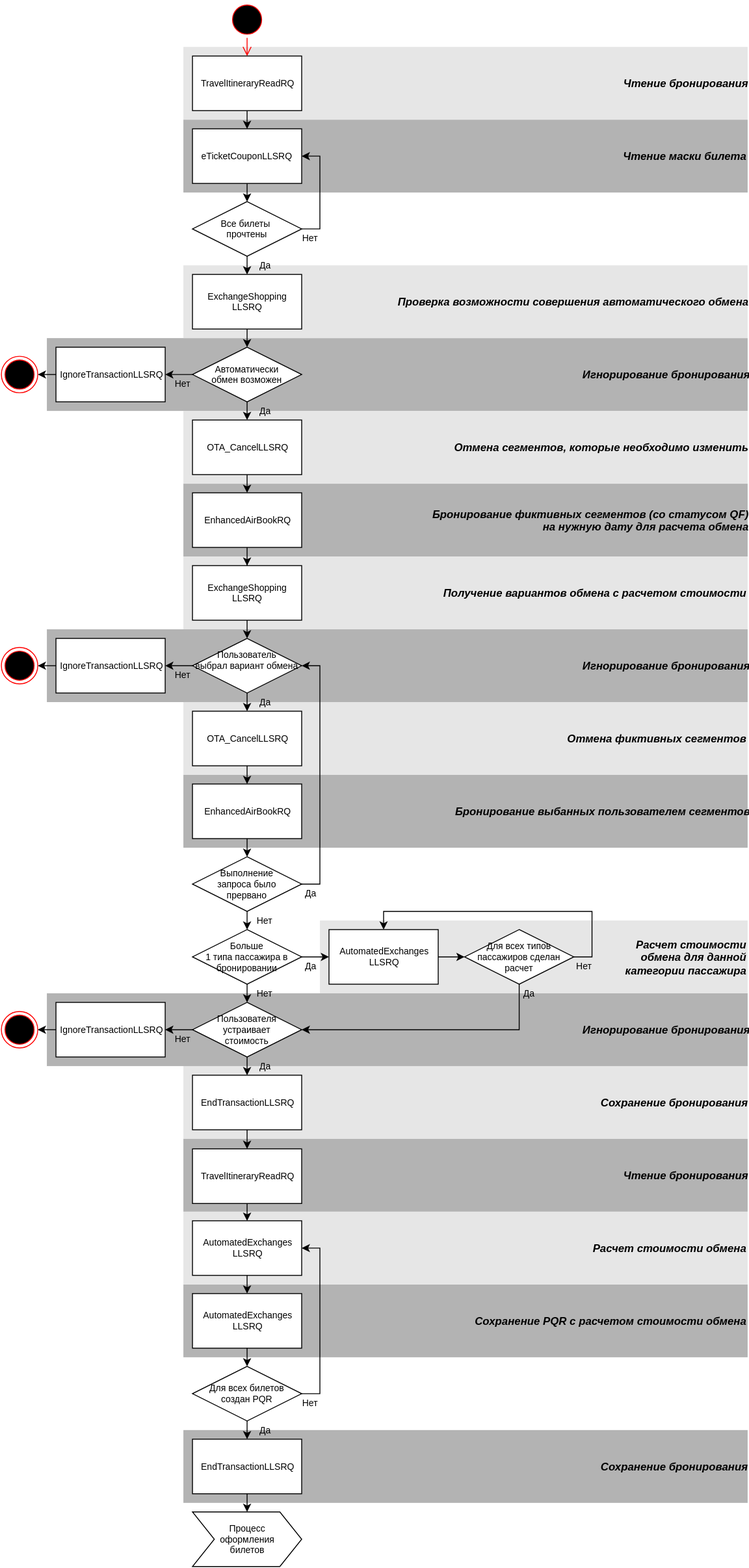
The draw.io diagram assets/svg/Exchange Tickets/[RU]Exchange Tickets-0.svg in andreypolyak/sabre-apis-ru, before a commit. Source tidied: cells renumbered, new cells last; positions are measured from the earlier drawing's top-left corner, leaving out a move shared by most shapes.
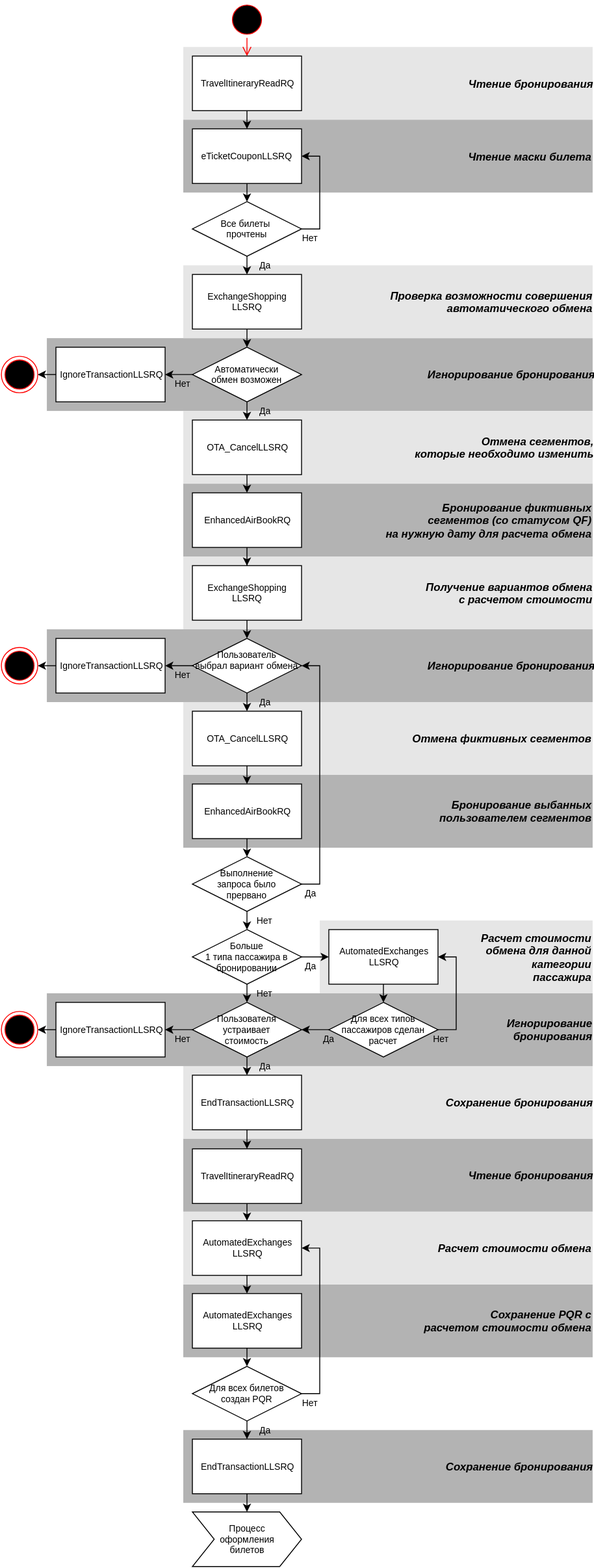
The same diagram one commit later.

The edit, as a diff of the source:
```diff
@@ -3,55 +3,55 @@
     <mxCell id="0" />
     <mxCell id="1" parent="0" />
     <mxCell id="2" value="&lt;div style=&quot;text-align: right&quot;&gt;&lt;span style=&quot;font-size: 12px ; line-height: 14.4px&quot;&gt;&lt;b&gt;&lt;i&gt;Игнорирование бронирования&lt;/i&gt;&lt;/b&gt;&lt;/span&gt;&lt;/div&gt;" style="whiteSpace=wrap;html=1;fillColor=#B3B3B3;fontSize=10;strokeColor=none;align=right;" parent="1" vertex="1">
-      <mxGeometry x="50" y="370" width="770" height="80" as="geometry" />
+      <mxGeometry x="50" y="370" width="600" height="80" as="geometry" />
     </mxCell>
-    <mxCell id="3" value="&lt;span style=&quot;font-size: 12px ; line-height: 14.4px&quot;&gt;&lt;b&gt;&lt;i&gt;Проверка возможности совершения автоматического обмена&lt;/i&gt;&lt;/b&gt;&lt;/span&gt;" style="whiteSpace=wrap;html=1;fillColor=#E6E6E6;fontSize=10;strokeColor=none;align=right;" parent="1" vertex="1">
-      <mxGeometry x="200" y="290" width="620" height="80" as="geometry" />
+    <mxCell id="3" value="&lt;span style=&quot;font-size: 12px ; line-height: 14.4px&quot;&gt;&lt;b&gt;&lt;i&gt;Проверка возможности совершения&lt;/i&gt;&lt;/b&gt;&lt;/span&gt;&lt;div&gt;&lt;span style=&quot;font-size: 12px ; line-height: 14.4px&quot;&gt;&lt;b&gt;&lt;i&gt;автоматического обмена&lt;/i&gt;&lt;/b&gt;&lt;/span&gt;&lt;/div&gt;" style="whiteSpace=wrap;html=1;fillColor=#E6E6E6;fontSize=10;strokeColor=none;align=right;" parent="1" vertex="1">
+      <mxGeometry x="200" y="290" width="450" height="80" as="geometry" />
     </mxCell>
-    <mxCell id="4" value="&lt;div style=&quot;text-align: right&quot;&gt;&lt;span style=&quot;font-size: 12px ; line-height: 14.4px&quot;&gt;&lt;b&gt;&lt;i&gt;Сохранение PQR с расчетом стоимости обмена&lt;/i&gt;&lt;/b&gt;&lt;/span&gt;&lt;/div&gt;" style="whiteSpace=wrap;html=1;fillColor=#B3B3B3;fontSize=10;strokeColor=none;align=right;" parent="1" vertex="1">
-      <mxGeometry x="200" y="1410" width="620" height="80" as="geometry" />
+    <mxCell id="4" value="&lt;div style=&quot;text-align: right&quot;&gt;&lt;span style=&quot;font-size: 12px ; line-height: 14.4px&quot;&gt;&lt;b&gt;&lt;i&gt;Сохранение PQR с&lt;/i&gt;&lt;/b&gt;&lt;/span&gt;&lt;/div&gt;&lt;div style=&quot;text-align: right&quot;&gt;&lt;span style=&quot;font-size: 12px ; line-height: 14.4px&quot;&gt;&lt;b&gt;&lt;i&gt;расчетом стоимости обмена&lt;/i&gt;&lt;/b&gt;&lt;/span&gt;&lt;/div&gt;" style="whiteSpace=wrap;html=1;fillColor=#B3B3B3;fontSize=10;strokeColor=none;align=right;" parent="1" vertex="1">
+      <mxGeometry x="200" y="1410" width="450" height="80" as="geometry" />
     </mxCell>
     <mxCell id="5" value="&lt;div style=&quot;text-align: right&quot;&gt;&lt;b&gt;&lt;i&gt;&lt;font style=&quot;font-size: 12px&quot;&gt;Сохранение бронирования&lt;/font&gt;&lt;/i&gt;&lt;/b&gt;&lt;br&gt;&lt;/div&gt;" style="whiteSpace=wrap;html=1;fillColor=#B3B3B3;fontSize=10;strokeColor=none;align=right;" parent="1" vertex="1">
-      <mxGeometry x="200" y="1570" width="620" height="80" as="geometry" />
+      <mxGeometry x="200" y="1570" width="450" height="80" as="geometry" />
     </mxCell>
     <mxCell id="6" value="&lt;div style=&quot;text-align: right&quot;&gt;&lt;span style=&quot;font-size: 12px ; line-height: 14.4px&quot;&gt;&lt;b&gt;&lt;i&gt;Сохранение бронирования&lt;/i&gt;&lt;/b&gt;&lt;/span&gt;&lt;/div&gt;" style="whiteSpace=wrap;html=1;fillColor=#E6E6E6;fontSize=10;strokeColor=none;align=right;" parent="1" vertex="1">
-      <mxGeometry x="200" y="1170" width="620" height="80" as="geometry" />
+      <mxGeometry x="200" y="1170" width="450" height="80" as="geometry" />
     </mxCell>
     <mxCell id="7" value="&lt;div style=&quot;text-align: right&quot;&gt;&lt;span style=&quot;font-size: 12px ; line-height: 14.4px&quot;&gt;&lt;b&gt;&lt;i&gt;Чтение бронирования&lt;/i&gt;&lt;/b&gt;&lt;/span&gt;&lt;/div&gt;" style="whiteSpace=wrap;html=1;fillColor=#B3B3B3;fontSize=10;strokeColor=none;align=right;" parent="1" vertex="1">
-      <mxGeometry x="200" y="1250" width="620" height="80" as="geometry" />
+      <mxGeometry x="200" y="1250" width="450" height="80" as="geometry" />
     </mxCell>
     <mxCell id="8" value="&lt;div style=&quot;text-align: right&quot;&gt;&lt;span style=&quot;font-size: 12px ; line-height: 14.4px&quot;&gt;&lt;b&gt;&lt;i&gt;Расчет стоимости обмена&lt;/i&gt;&lt;/b&gt;&lt;/span&gt;&lt;/div&gt;" style="whiteSpace=wrap;html=1;fillColor=#E6E6E6;fontSize=10;strokeColor=none;align=right;" parent="1" vertex="1">
-      <mxGeometry x="200" y="1330" width="620" height="80" as="geometry" />
+      <mxGeometry x="200" y="1330" width="450" height="80" as="geometry" />
     </mxCell>
-    <mxCell id="9" value="&lt;div style=&quot;text-align: right&quot;&gt;&lt;span style=&quot;font-size: 12px ; line-height: 14.4px&quot;&gt;&lt;b&gt;&lt;i&gt;Игнорирование бронирования&lt;/i&gt;&lt;/b&gt;&lt;/span&gt;&lt;/div&gt;" style="whiteSpace=wrap;html=1;fillColor=#B3B3B3;fontSize=10;strokeColor=none;align=right;" parent="1" vertex="1">
-      <mxGeometry x="50" y="1090" width="770" height="80" as="geometry" />
+    <mxCell id="9" value="&lt;div style=&quot;text-align: right&quot;&gt;&lt;span style=&quot;font-size: 12px ; line-height: 14.4px&quot;&gt;&lt;b&gt;&lt;i&gt;Игнорирование&lt;/i&gt;&lt;/b&gt;&lt;/span&gt;&lt;/div&gt;&lt;div style=&quot;text-align: right&quot;&gt;&lt;span style=&quot;font-size: 12px ; line-height: 14.4px&quot;&gt;&lt;b&gt;&lt;i&gt;бронирования&lt;/i&gt;&lt;/b&gt;&lt;/span&gt;&lt;/div&gt;" style="whiteSpace=wrap;html=1;fillColor=#B3B3B3;fontSize=10;strokeColor=none;align=right;" parent="1" vertex="1">
+      <mxGeometry x="50" y="1090" width="600" height="80" as="geometry" />
     </mxCell>
     <mxCell id="10" value="&lt;div style=&quot;text-align: right&quot;&gt;&lt;span style=&quot;font-size: 12px ; line-height: 14.4px&quot;&gt;&lt;b&gt;&lt;i&gt;Чтение бронирования&lt;/i&gt;&lt;/b&gt;&lt;/span&gt;&lt;/div&gt;" style="whiteSpace=wrap;html=1;fillColor=#E6E6E6;fontSize=10;strokeColor=none;align=right;" parent="1" vertex="1">
-      <mxGeometry x="200" y="50" width="620" height="80" as="geometry" />
+      <mxGeometry x="200" y="50" width="450" height="80" as="geometry" />
     </mxCell>
     <mxCell id="11" value="&lt;div style=&quot;text-align: right&quot;&gt;&lt;span style=&quot;font-size: 12px ; line-height: 14.4px&quot;&gt;&lt;b&gt;&lt;i&gt;Чтение маски билета&lt;/i&gt;&lt;/b&gt;&lt;/span&gt;&lt;/div&gt;" style="whiteSpace=wrap;html=1;fillColor=#B3B3B3;fontSize=10;strokeColor=none;align=right;" parent="1" vertex="1">
-      <mxGeometry x="200" y="130" width="620" height="80" as="geometry" />
+      <mxGeometry x="200" y="130" width="450" height="80" as="geometry" />
     </mxCell>
-    <mxCell id="12" value="&lt;div style=&quot;text-align: right&quot;&gt;&lt;span style=&quot;font-size: 12px ; line-height: 14.4px&quot;&gt;&lt;b&gt;&lt;i&gt;Отмена сегментов, которые необходимо изменить&lt;/i&gt;&lt;/b&gt;&lt;/span&gt;&lt;/div&gt;" style="whiteSpace=wrap;html=1;fillColor=#E6E6E6;fontSize=10;strokeColor=none;align=right;" parent="1" vertex="1">
-      <mxGeometry x="200" y="450" width="620" height="80" as="geometry" />
+    <mxCell id="12" value="&lt;div style=&quot;text-align: right&quot;&gt;&lt;span style=&quot;font-size: 12px ; line-height: 14.4px&quot;&gt;&lt;b&gt;&lt;i&gt;Отмена сегментов,&lt;/i&gt;&lt;/b&gt;&lt;/span&gt;&lt;/div&gt;&lt;div style=&quot;text-align: right&quot;&gt;&lt;span style=&quot;font-size: 12px ; line-height: 14.4px&quot;&gt;&lt;b&gt;&lt;i&gt;которые необходимо изменить&lt;/i&gt;&lt;/b&gt;&lt;/span&gt;&lt;/div&gt;" style="whiteSpace=wrap;html=1;fillColor=#E6E6E6;fontSize=10;strokeColor=none;align=right;" parent="1" vertex="1">
+      <mxGeometry x="200" y="450" width="450" height="80" as="geometry" />
     </mxCell>
-    <mxCell id="13" value="&lt;div style=&quot;text-align: right&quot;&gt;&lt;span style=&quot;font-size: 12px ; line-height: 14.4px&quot;&gt;&lt;b&gt;&lt;i&gt;Бронирование фиктивных сегментов (со статусом QF)&lt;/i&gt;&lt;/b&gt;&lt;/span&gt;&lt;/div&gt;&lt;div style=&quot;text-align: right&quot;&gt;&lt;span style=&quot;font-size: 12px ; line-height: 14.4px&quot;&gt;&lt;b&gt;&lt;i&gt;на нужную дату для расчета обмена&lt;/i&gt;&lt;/b&gt;&lt;/span&gt;&lt;/div&gt;" style="whiteSpace=wrap;html=1;fillColor=#B3B3B3;fontSize=10;strokeColor=none;align=right;" parent="1" vertex="1">
-      <mxGeometry x="200" y="530" width="620" height="80" as="geometry" />
+    <mxCell id="13" value="&lt;div style=&quot;text-align: right&quot;&gt;&lt;span style=&quot;font-size: 12px ; line-height: 14.4px&quot;&gt;&lt;b&gt;&lt;i&gt;Бронирование фиктивных&lt;/i&gt;&lt;/b&gt;&lt;/span&gt;&lt;/div&gt;&lt;div style=&quot;text-align: right&quot;&gt;&lt;span style=&quot;font-size: 12px ; line-height: 14.4px&quot;&gt;&lt;b&gt;&lt;i&gt;сегментов (со статусом QF)&lt;/i&gt;&lt;/b&gt;&lt;/span&gt;&lt;/div&gt;&lt;div style=&quot;text-align: right&quot;&gt;&lt;span style=&quot;font-size: 12px ; line-height: 14.4px&quot;&gt;&lt;b&gt;&lt;i&gt;на нужную дату для расчета обмена&lt;/i&gt;&lt;/b&gt;&lt;/span&gt;&lt;/div&gt;" style="whiteSpace=wrap;html=1;fillColor=#B3B3B3;fontSize=10;strokeColor=none;align=right;" parent="1" vertex="1">
+      <mxGeometry x="200" y="530" width="450" height="80" as="geometry" />
     </mxCell>
-    <mxCell id="14" value="&lt;div style=&quot;text-align: right&quot;&gt;&lt;span style=&quot;font-size: 12px ; line-height: 14.4px&quot;&gt;&lt;b&gt;&lt;i&gt;Получение вариантов обмена с расчетом стоимости&lt;/i&gt;&lt;/b&gt;&lt;/span&gt;&lt;/div&gt;" style="whiteSpace=wrap;html=1;fillColor=#E6E6E6;fontSize=10;strokeColor=none;align=right;" parent="1" vertex="1">
-      <mxGeometry x="200" y="610" width="620" height="80" as="geometry" />
+    <mxCell id="14" value="&lt;div style=&quot;text-align: right&quot;&gt;&lt;span style=&quot;font-size: 12px ; line-height: 14.4px&quot;&gt;&lt;b&gt;&lt;i&gt;Получение вариантов обмена&lt;/i&gt;&lt;/b&gt;&lt;/span&gt;&lt;/div&gt;&lt;div style=&quot;text-align: right&quot;&gt;&lt;span style=&quot;font-size: 12px ; line-height: 14.4px&quot;&gt;&lt;b&gt;&lt;i&gt;с расчетом стоимости&lt;/i&gt;&lt;/b&gt;&lt;/span&gt;&lt;/div&gt;" style="whiteSpace=wrap;html=1;fillColor=#E6E6E6;fontSize=10;strokeColor=none;align=right;" parent="1" vertex="1">
+      <mxGeometry x="200" y="610" width="450" height="80" as="geometry" />
     </mxCell>
     <mxCell id="15" value="&lt;div style=&quot;text-align: right&quot;&gt;&lt;span style=&quot;font-size: 12px ; line-height: 14.4px&quot;&gt;&lt;b&gt;&lt;i&gt;Игнорирование бронирования&lt;/i&gt;&lt;/b&gt;&lt;/span&gt;&lt;/div&gt;" style="whiteSpace=wrap;html=1;fillColor=#B3B3B3;fontSize=10;strokeColor=none;align=right;" parent="1" vertex="1">
-      <mxGeometry x="50" y="690" width="770" height="80" as="geometry" />
+      <mxGeometry x="50" y="690" width="600" height="80" as="geometry" />
     </mxCell>
     <mxCell id="16" value="&lt;div style=&quot;text-align: right&quot;&gt;&lt;span style=&quot;font-size: 12px ; line-height: 14.4px&quot;&gt;&lt;b&gt;&lt;i&gt;Отмена фиктивных сегментов&lt;/i&gt;&lt;/b&gt;&lt;/span&gt;&lt;/div&gt;" style="whiteSpace=wrap;html=1;fillColor=#E6E6E6;fontSize=10;strokeColor=none;align=right;" parent="1" vertex="1">
-      <mxGeometry x="200" y="770" width="620" height="80" as="geometry" />
+      <mxGeometry x="200" y="770" width="450" height="80" as="geometry" />
     </mxCell>
-    <mxCell id="17" value="&lt;div style=&quot;text-align: right&quot;&gt;&lt;span style=&quot;font-size: 12px ; line-height: 14.4px&quot;&gt;&lt;b&gt;&lt;i&gt;Бронирование выбанных пользователем сегментов&lt;/i&gt;&lt;/b&gt;&lt;/span&gt;&lt;/div&gt;" style="whiteSpace=wrap;html=1;fillColor=#B3B3B3;fontSize=10;strokeColor=none;align=right;" parent="1" vertex="1">
-      <mxGeometry x="200" y="850" width="620" height="80" as="geometry" />
+    <mxCell id="17" value="&lt;div style=&quot;text-align: right&quot;&gt;&lt;span style=&quot;font-size: 12px ; line-height: 14.4px&quot;&gt;&lt;b&gt;&lt;i&gt;Бронирование выбанных&lt;/i&gt;&lt;/b&gt;&lt;/span&gt;&lt;/div&gt;&lt;div style=&quot;text-align: right&quot;&gt;&lt;span style=&quot;font-size: 12px ; line-height: 14.4px&quot;&gt;&lt;b&gt;&lt;i&gt;пользователем сегментов&lt;/i&gt;&lt;/b&gt;&lt;/span&gt;&lt;/div&gt;" style="whiteSpace=wrap;html=1;fillColor=#B3B3B3;fontSize=10;strokeColor=none;align=right;" parent="1" vertex="1">
+      <mxGeometry x="200" y="850" width="450" height="80" as="geometry" />
     </mxCell>
-    <mxCell id="18" value="&lt;div style=&quot;text-align: right&quot;&gt;&lt;span style=&quot;font-size: 12px ; line-height: 14.4px&quot;&gt;&lt;b&gt;&lt;i&gt;Расчет стоимости&lt;/i&gt;&lt;/b&gt;&lt;/span&gt;&lt;/div&gt;&lt;div style=&quot;text-align: right&quot;&gt;&lt;span style=&quot;font-size: 12px ; line-height: 14.4px&quot;&gt;&lt;b&gt;&lt;i&gt;обмена для&amp;nbsp;&lt;/i&gt;&lt;/b&gt;&lt;/span&gt;&lt;b style=&quot;font-size: 12px ; line-height: 14.4px&quot;&gt;&lt;i&gt;данной&lt;/i&gt;&lt;/b&gt;&lt;/div&gt;&lt;div style=&quot;text-align: right&quot;&gt;&lt;b style=&quot;font-size: 12px ; line-height: 14.4px&quot;&gt;&lt;i&gt;категории пассажира&lt;/i&gt;&lt;/b&gt;&lt;/div&gt;" style="whiteSpace=wrap;html=1;fillColor=#E6E6E6;fontSize=10;strokeColor=none;align=right;" parent="1" vertex="1">
-      <mxGeometry x="350" y="1010" width="470" height="80" as="geometry" />
+    <mxCell id="18" value="&lt;div style=&quot;text-align: right&quot;&gt;&lt;span style=&quot;font-size: 12px ; line-height: 14.4px&quot;&gt;&lt;b&gt;&lt;i&gt;Расчет стоимости&lt;/i&gt;&lt;/b&gt;&lt;/span&gt;&lt;/div&gt;&lt;div style=&quot;text-align: right&quot;&gt;&lt;span style=&quot;font-size: 12px ; line-height: 14.4px&quot;&gt;&lt;b&gt;&lt;i&gt;обмена для&amp;nbsp;&lt;/i&gt;&lt;/b&gt;&lt;/span&gt;&lt;b style=&quot;font-size: 12px ; line-height: 14.4px&quot;&gt;&lt;i&gt;данной&lt;/i&gt;&lt;/b&gt;&lt;/div&gt;&lt;div style=&quot;text-align: right&quot;&gt;&lt;b style=&quot;font-size: 12px ; line-height: 14.4px&quot;&gt;&lt;i&gt;категории&lt;/i&gt;&lt;/b&gt;&lt;/div&gt;&lt;div style=&quot;text-align: right&quot;&gt;&lt;b style=&quot;font-size: 12px ; line-height: 14.4px&quot;&gt;&lt;i&gt;пассажира&lt;/i&gt;&lt;/b&gt;&lt;/div&gt;" style="whiteSpace=wrap;html=1;fillColor=#E6E6E6;fontSize=10;strokeColor=none;align=right;" parent="1" vertex="1">
+      <mxGeometry x="350" y="1010" width="300" height="80" as="geometry" />
     </mxCell>
     <mxCell id="19" style="ellipse;html=1;shape=startState;fillColor=#000000;strokeColor=#ff0000;rounded=0;fontSize=10;align=center;" parent="1" vertex="1">
       <mxGeometry x="250" width="40" height="40" as="geometry" />
@@ -166,31 +166,32 @@
     <mxCell id="50" value="Больше&lt;div&gt;1 типа пассажира в бронировании&lt;/div&gt;" style="rhombus;whiteSpace=wrap;html=1;rounded=0;fontSize=10;" parent="1" vertex="1">
       <mxGeometry x="210" y="1020" width="120" height="60" as="geometry" />
     </mxCell>
-    <mxCell id="51" style="edgeStyle=orthogonalEdgeStyle;rounded=0;html=1;exitX=1;exitY=0.5;entryX=0;entryY=0.5;labelBackgroundColor=none;jettySize=auto;fontSize=10;" parent="1" edge="1" source="52" target="55">
+    <mxCell id="51" style="edgeStyle=orthogonalEdgeStyle;rounded=0;html=1;exitX=0.5;exitY=1;entryX=0.5;entryY=0;labelBackgroundColor=none;jettySize=auto;fontSize=10;" parent="1" edge="1" source="52" target="55">
       <mxGeometry relative="1" as="geometry" />
     </mxCell>
     <mxCell id="52" value="AutomatedExchanges&lt;div&gt;LLSRQ&lt;/div&gt;" style="whiteSpace=wrap;html=1;rounded=0;fontSize=10;" parent="1" vertex="1">
       <mxGeometry x="360" y="1020" width="120" height="60" as="geometry" />
     </mxCell>
-    <mxCell id="53" value="Да" style="edgeStyle=orthogonalEdgeStyle;rounded=0;html=1;exitX=0.5;exitY=1;entryX=1;entryY=0.5;labelBackgroundColor=none;jettySize=auto;fontSize=10;" parent="1" edge="1" source="55">
-      <mxGeometry x="-0.93" y="11" relative="1" as="geometry">
+    <mxCell id="53" value="Да" style="edgeStyle=orthogonalEdgeStyle;rounded=0;html=1;exitX=0;exitY=0.5;entryX=1;entryY=0.5;labelBackgroundColor=none;jettySize=auto;fontSize=10;" parent="1" edge="1" source="55">
+      <mxGeometry x="-0.33" y="14" relative="1" as="geometry">
         <mxPoint x="330" y="1130" as="targetPoint" />
         <Array as="points">
-          <mxPoint x="569" y="1130" />
+          <mxPoint x="350" y="1130" />
+          <mxPoint x="350" y="1130" />
         </Array>
+        <mxPoint x="10" y="-4" as="offset" />
       </mxGeometry>
     </mxCell>
-    <mxCell id="54" value="Нет" style="edgeStyle=orthogonalEdgeStyle;rounded=0;html=1;exitX=1;exitY=0.5;entryX=0.5;entryY=0;labelBackgroundColor=none;jettySize=auto;fontSize=10;" parent="1" edge="1" source="55" target="52">
+    <mxCell id="54" value="Нет" style="edgeStyle=orthogonalEdgeStyle;rounded=0;html=1;exitX=1;exitY=0.5;entryX=1;entryY=0.5;labelBackgroundColor=none;jettySize=auto;fontSize=10;" parent="1" edge="1" source="55" target="52">
       <mxGeometry x="-0.93" y="-10" relative="1" as="geometry">
         <Array as="points">
-          <mxPoint x="649" y="1050" />
-          <mxPoint x="649" y="1000" />
-          <mxPoint x="420" y="1000" />
+          <mxPoint x="500" y="1130" />
+          <mxPoint x="500" y="1050" />
         </Array>
       </mxGeometry>
     </mxCell>
     <mxCell id="55" value="Для&amp;nbsp;&lt;span style=&quot;line-height: 1.2&quot;&gt;всех типов пассажиров сделан расчет&lt;/span&gt;" style="rhombus;whiteSpace=wrap;html=1;rounded=0;fontSize=10;" parent="1" vertex="1">
-      <mxGeometry x="509" y="1020" width="120" height="60" as="geometry" />
+      <mxGeometry x="360" y="1100" width="120" height="60" as="geometry" />
     </mxCell>
     <mxCell id="56" style="edgeStyle=orthogonalEdgeStyle;rounded=0;html=1;exitX=0.5;exitY=1;entryX=0.5;entryY=0;labelBackgroundColor=none;jettySize=auto;fontSize=10;" parent="1" edge="1" source="57" target="59">
       <mxGeometry relative="1" as="geometry" />
```
